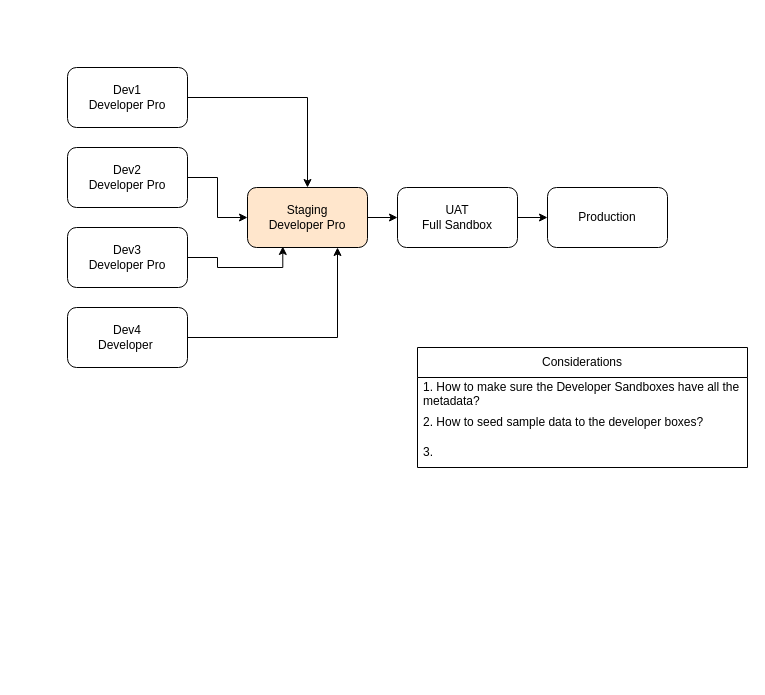
Earlier version of the draw.io diagram salesforce/DedvOpsCenter.drawio (miluber/charts). Source tidied: cells renumbered, new cells numbered last; positions are measured from the earlier drawing's top-left corner, leaving out a move shared by most shapes. Both pictures are drawn from the tidied source at 100%, with x=0, y=0 at pixel (67, 67).
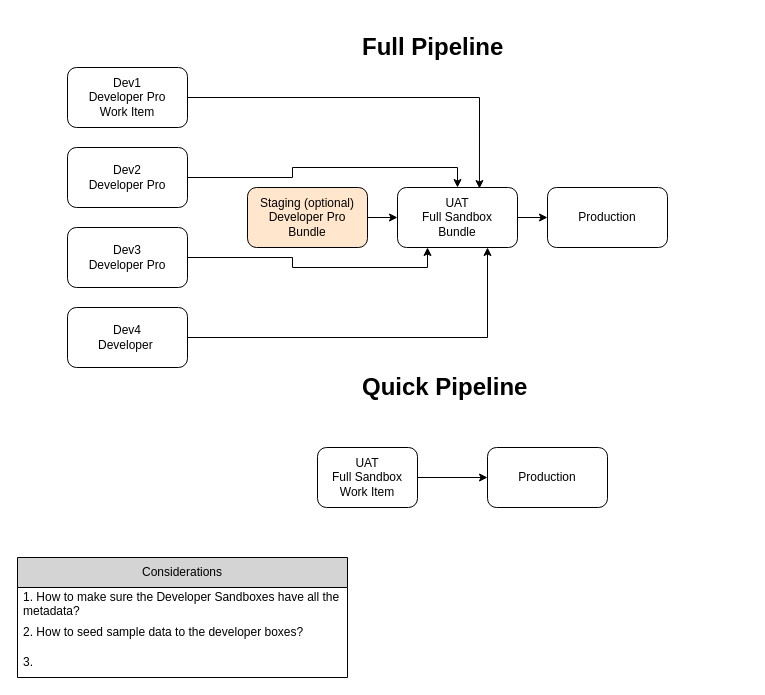
The same page after the edit.

Unchanged cells that the change refers to:
```xml
<mxCell id="6" value="Dev3&lt;br&gt;Developer Pro" style="rounded=1;whiteSpace=wrap;html=1;" parent="1" vertex="1">
  <mxGeometry y="160" width="120" height="60" as="geometry" />
</mxCell>
<mxCell id="8" value="Dev2&lt;br&gt;Developer Pro" style="rounded=1;whiteSpace=wrap;html=1;" parent="1" vertex="1">
  <mxGeometry y="80" width="120" height="60" as="geometry" />
</mxCell>
<mxCell id="14" value="Dev4&lt;br&gt;Developer&amp;nbsp;" style="rounded=1;whiteSpace=wrap;html=1;" parent="1" vertex="1">
  <mxGeometry y="240" width="120" height="60" as="geometry" />
</mxCell>
```

Diff of the diagram source:
```diff
@@
-    <mxCell id="4" value="UAT&lt;br&gt;Full Sandbox" style="rounded=1;whiteSpace=wrap;html=1;" parent="1" vertex="1">
+    <mxCell id="4" value="UAT&lt;br&gt;Full Sandbox&lt;br&gt;Bundle" style="rounded=1;whiteSpace=wrap;html=1;" parent="1" vertex="1">
       <mxGeometry x="330" y="120" width="120" height="60" as="geometry" />
     </mxCell>
-    <mxCell id="5" style="edgeStyle=orthogonalEdgeStyle;rounded=0;jettySize=auto;html=1;entryX=0.294;entryY=0.983;entryDx=0;entryDy=0;entryPerimeter=0;" parent="1" edge="1" source="6" target="12">
+    <mxCell id="5" style="edgeStyle=orthogonalEdgeStyle;rounded=0;jettySize=auto;html=1;entryX=0.25;entryY=1;entryDx=0;entryDy=0;" parent="1" edge="1" source="6" target="4">
       <mxGeometry relative="1" as="geometry" />
     </mxCell>
@@
-    <mxCell id="7" style="edgeStyle=orthogonalEdgeStyle;rounded=0;jettySize=auto;html=1;entryX=0;entryY=0.5;entryDx=0;entryDy=0;" parent="1" edge="1" source="8" target="12">
+    <mxCell id="7" style="edgeStyle=orthogonalEdgeStyle;rounded=0;jettySize=auto;html=1;entryX=0.5;entryY=0;entryDx=0;entryDy=0;" parent="1" edge="1" source="8" target="4">
       <mxGeometry relative="1" as="geometry" />
     </mxCell>
@@
-    <mxCell id="9" style="edgeStyle=orthogonalEdgeStyle;rounded=0;jettySize=auto;html=1;" parent="1" edge="1" source="10" target="12">
+    <mxCell id="9" style="edgeStyle=orthogonalEdgeStyle;rounded=0;jettySize=auto;html=1;entryX=0.683;entryY=0.017;entryDx=0;entryDy=0;entryPerimeter=0;" parent="1" edge="1" source="10" target="4">
       <mxGeometry relative="1" as="geometry" />
     </mxCell>
-    <mxCell id="10" value="Dev1&lt;br&gt;Developer Pro" style="rounded=1;whiteSpace=wrap;html=1;" parent="1" vertex="1">
+    <mxCell id="10" value="Dev1&lt;br&gt;Developer Pro&lt;br&gt;Work Item" style="rounded=1;whiteSpace=wrap;html=1;" parent="1" vertex="1">
       <mxGeometry width="120" height="60" as="geometry" />
     </mxCell>
@@
-    <mxCell id="12" value="Staging&lt;br&gt;Developer Pro" style="rounded=1;whiteSpace=wrap;html=1;fillColor=#FFE6CC;" parent="1" vertex="1">
+    <mxCell id="12" value="Staging (optional)&lt;br&gt;Developer Pro&lt;br&gt;Bundle" style="rounded=1;whiteSpace=wrap;html=1;fillColor=#FFE6CC;" parent="1" vertex="1">
       <mxGeometry x="180" y="120" width="120" height="60" as="geometry" />
     </mxCell>
-    <mxCell id="13" style="edgeStyle=orthogonalEdgeStyle;rounded=0;jettySize=auto;html=1;entryX=0.75;entryY=1;entryDx=0;entryDy=0;" parent="1" edge="1" source="14" target="12">
+    <mxCell id="13" style="edgeStyle=orthogonalEdgeStyle;rounded=0;jettySize=auto;html=1;entryX=0.75;entryY=1;entryDx=0;entryDy=0;" parent="1" edge="1" source="14" target="4">
       <mxGeometry relative="1" as="geometry" />
     </mxCell>
@@
-    <mxCell id="15" value="Considerations" style="swimlane;fontStyle=0;horizontal=1;startSize=30;whiteSpace=wrap;html=1;" parent="1" vertex="1">
-      <mxGeometry x="350" y="280" width="330" height="120" as="geometry" />
+    <mxCell id="15" value="Considerations" style="swimlane;fontStyle=0;horizontal=1;startSize=30;whiteSpace=wrap;html=1;fillColor=#D4D4D4;" parent="1" vertex="1">
+      <mxGeometry x="-50" y="490" width="330" height="120" as="geometry" />
     </mxCell>
@@
+    <mxCell id="19" value="&lt;h1&gt;Full Pipeline&lt;/h1&gt;" style="text;html=1;strokeColor=none;fillColor=none;spacing=5;spacingTop=-20;whiteSpace=wrap;overflow=hidden;rounded=0;" parent="1" vertex="1">
+      <mxGeometry x="290" y="-40" width="170" height="50" as="geometry" />
+    </mxCell>
+    <mxCell id="20" value="&lt;h1&gt;Quick Pipeline&lt;/h1&gt;" style="text;html=1;strokeColor=none;fillColor=none;spacing=5;spacingTop=-20;whiteSpace=wrap;overflow=hidden;rounded=0;" parent="1" vertex="1">
+      <mxGeometry x="290" y="300" width="200" height="50" as="geometry" />
+    </mxCell>
+    <mxCell id="21" value="Production" style="rounded=1;whiteSpace=wrap;html=1;" parent="1" vertex="1">
+      <mxGeometry x="420" y="380" width="120" height="60" as="geometry" />
+    </mxCell>
+    <mxCell id="22" style="edgeStyle=orthogonalEdgeStyle;rounded=0;jettySize=auto;html=1;entryX=0;entryY=0.5;entryDx=0;entryDy=0;" parent="1" edge="1" source="23" target="21">
+      <mxGeometry relative="1" as="geometry" />
+    </mxCell>
+    <mxCell id="23" value="UAT&lt;br&gt;Full Sandbox&lt;br&gt;Work Item" style="rounded=1;whiteSpace=wrap;html=1;" parent="1" vertex="1">
+      <mxGeometry x="250" y="380" width="100" height="60" as="geometry" />
+    </mxCell>
```
